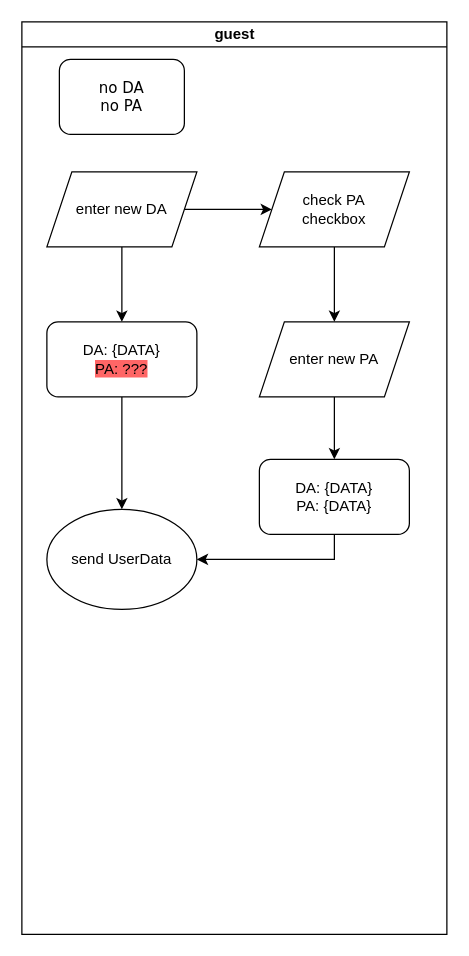
This is page "Page-2" (2 of 3) of Untitled Diagram.drawio from witnessthefitness/charts, a draw.io file, before an edit. Source tidied: cells renumbered, new cells numbered last; positions are measured from the earlier drawing's top-left corner, leaving out a move shared by most shapes. Both pictures are drawn from the tidied source at 125%, with x=0, y=0 at pixel (21, 21).
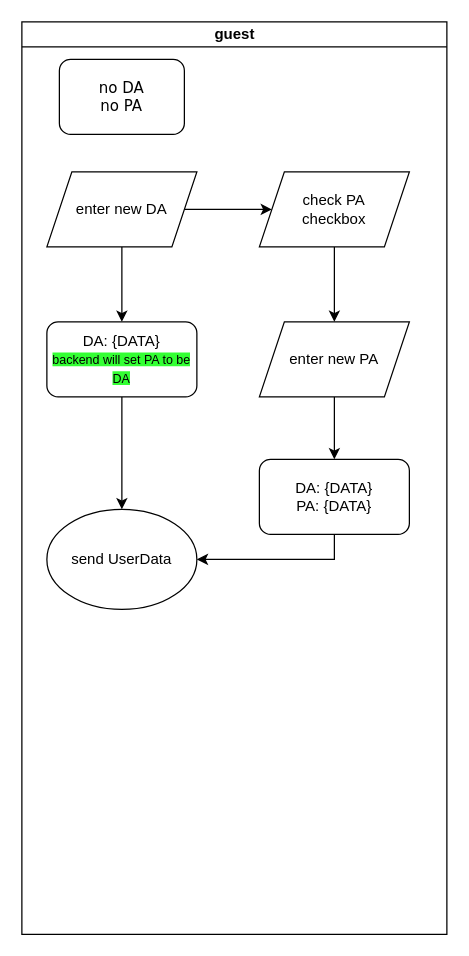
The same diagram, later.

The edit, as a diff of the source:
```diff
@@
 <mxGraphModel>
   <root>
     <mxCell id="0" />
     <mxCell id="1" parent="0" />
     <mxCell id="2" value="guest" style="swimlane;html=1;startSize=20;" parent="1" vertex="1">
       <mxGeometry width="340" height="730" as="geometry" />
     </mxCell>
     <mxCell id="3" style="edgeStyle=orthogonalEdgeStyle;rounded=0;jettySize=auto;html=1;exitX=1;exitY=0.5;exitDx=0;exitDy=0;entryX=0;entryY=0.5;entryDx=0;entryDy=0;" parent="2" edge="1" source="5" target="15">
       <mxGeometry relative="1" as="geometry" />
     </mxCell>
     <mxCell id="4" style="edgeStyle=orthogonalEdgeStyle;rounded=0;jettySize=auto;html=1;exitX=0.5;exitY=1;exitDx=0;exitDy=0;" parent="2" edge="1" source="5" target="7">
       <mxGeometry relative="1" as="geometry" />
     </mxCell>
     <mxCell id="5" value="&lt;font style=&quot;font-size: 12px&quot;&gt;&lt;font style=&quot;font-size: 12px&quot;&gt;enter new DA&lt;/font&gt;&lt;br&gt;&lt;/font&gt;" style="shape=parallelogram;perimeter=parallelogramPerimeter;whiteSpace=wrap;html=1;fixedSize=1;" parent="2" vertex="1">
       <mxGeometry x="20" y="120" width="120" height="60" as="geometry" />
     </mxCell>
     <mxCell id="6" style="edgeStyle=orthogonalEdgeStyle;rounded=0;jettySize=auto;html=1;exitX=0.5;exitY=1;exitDx=0;exitDy=0;entryX=0.5;entryY=0;entryDx=0;entryDy=0;" parent="2" edge="1" source="7" target="9">
       <mxGeometry relative="1" as="geometry" />
     </mxCell>
-    <mxCell id="7" value="&lt;div&gt;&lt;font style=&quot;font-size: 12px&quot;&gt;&lt;font style=&quot;font-size: 12px&quot;&gt;DA: {DATA}&lt;/font&gt;&lt;/font&gt;&lt;/div&gt;&lt;div&gt;&lt;font style=&quot;font-size: 12px&quot;&gt;&lt;font style=&quot;font-size: 12px&quot;&gt;&lt;span style=&quot;background-color: rgb(255 , 102 , 102)&quot;&gt;PA: ???&lt;/span&gt;&lt;br&gt;&lt;/font&gt;&lt;/font&gt;&lt;/div&gt;" style="rounded=1;whiteSpace=wrap;html=1;" parent="2" vertex="1">
+    <mxCell id="7" value="&lt;div&gt;&lt;font style=&quot;font-size: 12px&quot;&gt;&lt;font style=&quot;font-size: 12px&quot;&gt;DA: {DATA}&lt;/font&gt;&lt;/font&gt;&lt;/div&gt;&lt;div&gt;&lt;font size=&quot;1&quot;&gt;&lt;span style=&quot;background-color: rgb(51 , 255 , 51)&quot;&gt;backend will set PA to be DA&lt;/span&gt;&lt;/font&gt;&lt;/div&gt;" style="rounded=1;whiteSpace=wrap;html=1;" parent="2" vertex="1">
       <mxGeometry x="20" y="240" width="120" height="60" as="geometry" />
     </mxCell>
     <mxCell id="8" value="&lt;font style=&quot;font-size: 12px&quot;&gt;no DA&lt;br&gt;no PA&lt;/font&gt;" style="rounded=1;whiteSpace=wrap;html=1;shadow=0;labelBackgroundColor=none;strokeWidth=1;fontFamily=Verdana;fontSize=8;align=center;" parent="2" vertex="1">
       <mxGeometry x="30" y="30" width="100" height="60" as="geometry" />
     </mxCell>
     <mxCell id="9" value="&lt;font style=&quot;font-size: 12px&quot;&gt;&lt;font style=&quot;font-size: 12px&quot;&gt;send UserData&lt;br&gt;&lt;/font&gt;&lt;/font&gt;" style="ellipse;whiteSpace=wrap;html=1;" parent="2" vertex="1">
       <mxGeometry x="20" y="390" width="120" height="80" as="geometry" />
     </mxCell>
     <mxCell id="10" style="edgeStyle=orthogonalEdgeStyle;rounded=0;jettySize=auto;html=1;exitX=0.5;exitY=1;exitDx=0;exitDy=0;entryX=0.5;entryY=0;entryDx=0;entryDy=0;" parent="2" edge="1" source="12" target="13">
       <mxGeometry relative="1" as="geometry" />
     </mxCell>
     <mxCell id="11" style="edgeStyle=orthogonalEdgeStyle;rounded=0;jettySize=auto;html=1;exitX=0.5;exitY=1;exitDx=0;exitDy=0;entryX=1;entryY=0.5;entryDx=0;entryDy=0;" parent="2" edge="1" source="13" target="9">
       <mxGeometry relative="1" as="geometry" />
     </mxCell>
     <mxCell id="12" value="&lt;font style=&quot;font-size: 12px&quot;&gt;&lt;font style=&quot;font-size: 12px&quot;&gt;enter new PA&lt;/font&gt;&lt;br&gt;&lt;/font&gt;" style="shape=parallelogram;perimeter=parallelogramPerimeter;whiteSpace=wrap;html=1;fixedSize=1;" parent="2" vertex="1">
       <mxGeometry x="190" y="240" width="120" height="60" as="geometry" />
     </mxCell>
     <mxCell id="13" value="&lt;div&gt;&lt;font style=&quot;font-size: 12px&quot;&gt;&lt;font style=&quot;font-size: 12px&quot;&gt;DA: {&lt;/font&gt;&lt;/font&gt;&lt;font style=&quot;font-size: 12px&quot;&gt;&lt;font style=&quot;font-size: 12px&quot;&gt;&lt;font style=&quot;font-size: 12px&quot;&gt;&lt;font style=&quot;font-size: 12px&quot;&gt;DATA&lt;/font&gt;&lt;/font&gt;}&lt;/font&gt;&lt;/font&gt;&lt;/div&gt;&lt;div&gt;&lt;font style=&quot;font-size: 12px&quot;&gt;&lt;font style=&quot;font-size: 12px&quot;&gt;PA: {&lt;/font&gt;&lt;/font&gt;&lt;font style=&quot;font-size: 12px&quot;&gt;&lt;font style=&quot;font-size: 12px&quot;&gt;&lt;font style=&quot;font-size: 12px&quot;&gt;&lt;font style=&quot;font-size: 12px&quot;&gt;DATA&lt;/font&gt;&lt;/font&gt;}&lt;br&gt;&lt;/font&gt;&lt;/font&gt;&lt;/div&gt;" style="rounded=1;whiteSpace=wrap;html=1;" parent="2" vertex="1">
       <mxGeometry x="190" y="350" width="120" height="60" as="geometry" />
     </mxCell>
     <mxCell id="14" style="edgeStyle=orthogonalEdgeStyle;rounded=0;jettySize=auto;html=1;entryX=0.5;entryY=0;entryDx=0;entryDy=0;" parent="2" edge="1" source="15" target="12">
       <mxGeometry relative="1" as="geometry" />
     </mxCell>
     <mxCell id="15" value="&lt;div&gt;check PA&lt;/div&gt;&lt;div&gt; checkbox&lt;/div&gt;" style="shape=parallelogram;perimeter=parallelogramPerimeter;whiteSpace=wrap;html=1;fixedSize=1;" parent="2" vertex="1">
       <mxGeometry x="190" y="120" width="120" height="60" as="geometry" />
     </mxCell>
   </root>
 </mxGraphModel>
```
